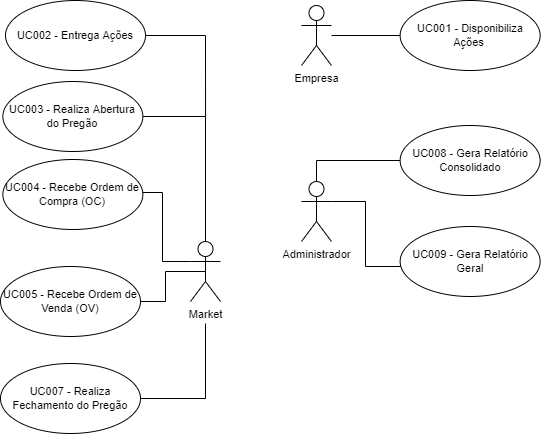
milenatteixeira/stockfei keeps this draw.io diagram as dealbroker/casos-de-uso/diagram-usecases.png. Above is the earlier version. Source tidied: cells renumbered, new cells last; positions are measured from the earlier drawing's top-left corner, leaving out a move shared by most shapes.
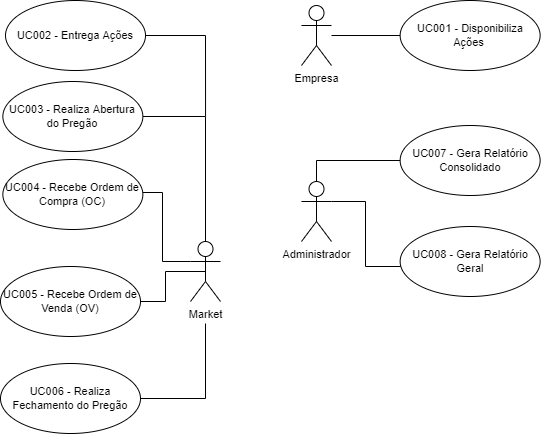
After the commit.

What changed in the source:
```diff
@@ -44,7 +44,7 @@
         <mxPoint x="205" y="323" as="targetPoint" />
       </mxGeometry>
     </mxCell>
-    <mxCell id="13" value="UC007 - Realiza Fechamento do Pregão" style="ellipse;whiteSpace=wrap;html=1;hachureGap=4;fontFamily=Helvetica;fontSize=11;fontColor=default;" parent="1" vertex="1">
+    <mxCell id="13" value="UC006 - Realiza Fechamento do Pregão" style="ellipse;whiteSpace=wrap;html=1;hachureGap=4;fontFamily=Helvetica;fontSize=11;fontColor=default;" parent="1" vertex="1">
       <mxGeometry y="363" width="140" height="70" as="geometry" />
     </mxCell>
     <mxCell id="14" style="edgeStyle=orthogonalEdgeStyle;rounded=0;jettySize=auto;html=1;endArrow=none;endFill=0;" parent="1" edge="1" source="15">
@@ -61,7 +61,7 @@
     <mxCell id="17" style="edgeStyle=orthogonalEdgeStyle;rounded=0;jettySize=auto;html=1;entryX=0.5;entryY=0;entryDx=0;entryDy=0;entryPerimeter=0;endArrow=none;endFill=0;" parent="1" edge="1" source="18" target="16">
       <mxGeometry relative="1" as="geometry" />
     </mxCell>
-    <mxCell id="18" value="UC008 - Gera Relatório Consolidado" style="ellipse;whiteSpace=wrap;html=1;hachureGap=4;fontFamily=Helvetica;fontSize=11;fontColor=default;" parent="1" vertex="1">
+    <mxCell id="18" value="UC007 - Gera Relatório Consolidado" style="ellipse;whiteSpace=wrap;html=1;hachureGap=4;fontFamily=Helvetica;fontSize=11;fontColor=default;" parent="1" vertex="1">
       <mxGeometry x="399.6" y="125" width="140" height="70" as="geometry" />
     </mxCell>
     <mxCell id="19" style="edgeStyle=orthogonalEdgeStyle;rounded=0;jettySize=auto;html=1;endArrow=none;endFill=0;" parent="1" edge="1" source="20" target="16">
@@ -72,7 +72,7 @@
         </Array>
       </mxGeometry>
     </mxCell>
-    <mxCell id="20" value="UC009 - Gera Relatório Geral" style="ellipse;whiteSpace=wrap;html=1;hachureGap=4;fontFamily=Helvetica;fontSize=11;fontColor=default;" parent="1" vertex="1">
+    <mxCell id="20" value="UC008 - Gera Relatório Geral" style="ellipse;whiteSpace=wrap;html=1;hachureGap=4;fontFamily=Helvetica;fontSize=11;fontColor=default;" parent="1" vertex="1">
       <mxGeometry x="399.6" y="226" width="140" height="70" as="geometry" />
     </mxCell>
   </root>
```
